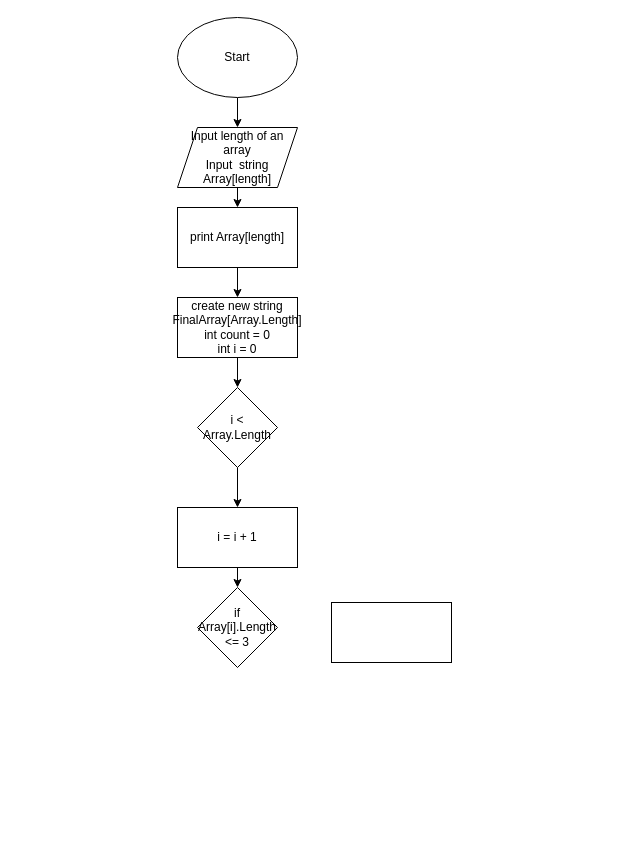
Above: diagram.drawio in JuliaTsapikova/final_project (draw.io), before the change. Source tidied: cells renumbered, new cells numbered last; positions are measured from the earlier drawing's top-left corner, leaving out a move shared by most shapes. Both pictures are drawn from the tidied source at 100%, with x=0, y=0 at pixel (177, 17).
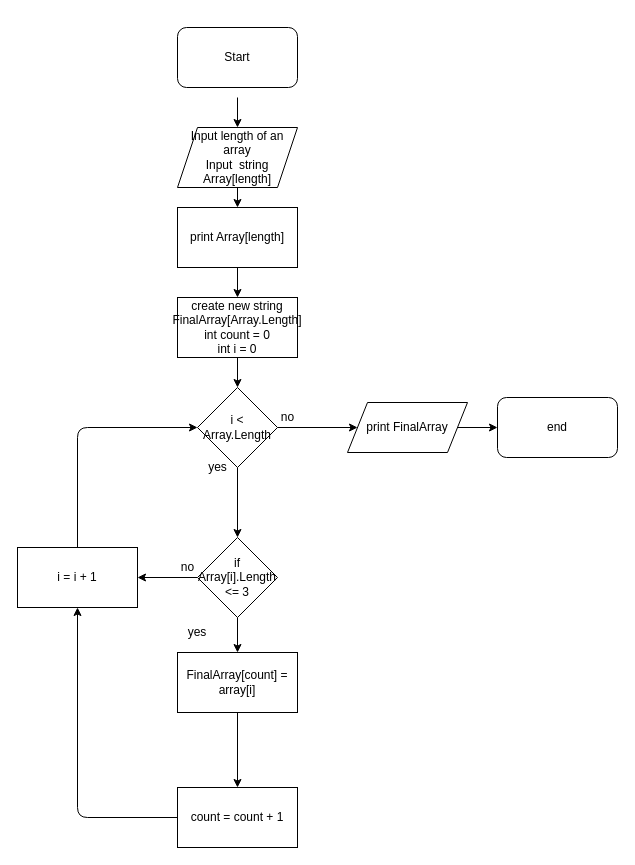
The same page after the edit.

The change refers to these unchanged cells:
```xml
<mxCell id="5" value="Input length of an array&lt;br&gt;Input&amp;nbsp; string Array[length]" style="shape=parallelogram;perimeter=parallelogramPerimeter;whiteSpace=wrap;html=1;fixedSize=1;" parent="1" vertex="1">
  <mxGeometry y="110" width="120" height="60" as="geometry" />
</mxCell>
<mxCell id="11" value="i &amp;lt; Array.Length" style="rhombus;whiteSpace=wrap;html=1;" parent="1" vertex="1">
  <mxGeometry x="20" y="370" width="80" height="80" as="geometry" />
</mxCell>
```

Diff of the diagram source:
```diff
@@
-    <mxCell id="2" style="edgeStyle=none;html=1;entryX=0.5;entryY=0;entryDx=0;entryDy=0;" parent="1" edge="1" source="3" target="5">
-      <mxGeometry relative="1" as="geometry" />
+    <mxCell id="2" style="edgeStyle=none;html=1;entryX=0.5;entryY=0;entryDx=0;entryDy=0;" parent="1" edge="1" target="5">
+      <mxGeometry relative="1" as="geometry">
+        <mxPoint x="60" y="80" as="sourcePoint" />
+      </mxGeometry>
     </mxCell>
-    <mxCell id="3" value="Start" style="ellipse;whiteSpace=wrap;html=1;" parent="1" vertex="1">
-      <mxGeometry width="120" height="80" as="geometry" />
-    </mxCell>
@@
-    <mxCell id="10" style="edgeStyle=none;html=1;" parent="1" edge="1" source="11" target="13">
+    <mxCell id="10" style="edgeStyle=none;html=1;entryX=0.5;entryY=0;entryDx=0;entryDy=0;" parent="1" edge="1" source="11" target="14">
       <mxGeometry relative="1" as="geometry" />
     </mxCell>
+    <mxCell id="16" style="edgeStyle=none;html=1;" parent="1" edge="1" source="11" target="24">
+      <mxGeometry relative="1" as="geometry" />
+    </mxCell>
@@
-    <mxCell id="12" style="edgeStyle=none;html=1;" parent="1" edge="1" source="13" target="14">
-      <mxGeometry relative="1" as="geometry" />
-    </mxCell>
+    <mxCell id="17" style="edgeStyle=none;html=1;" parent="1" edge="1" source="14" target="15">
+      <mxGeometry relative="1" as="geometry" />
+    </mxCell>
+    <mxCell id="18" style="edgeStyle=none;html=1;" parent="1" edge="1" source="14" target="13">
+      <mxGeometry relative="1" as="geometry" />
+    </mxCell>
+    <mxCell id="14" value="if Array[i].Length &amp;lt;= 3" style="rhombus;whiteSpace=wrap;html=1;" parent="1" vertex="1">
+      <mxGeometry x="20" y="520" width="80" height="80" as="geometry" />
+    </mxCell>
+    <mxCell id="19" style="edgeStyle=none;html=1;" parent="1" edge="1" source="15" target="21">
+      <mxGeometry relative="1" as="geometry" />
+    </mxCell>
+    <mxCell id="15" value="FinalArray[count] = array[i]" style="rounded=0;whiteSpace=wrap;html=1;" parent="1" vertex="1">
+      <mxGeometry y="635" width="120" height="60" as="geometry" />
+    </mxCell>
+    <mxCell id="20" style="edgeStyle=none;html=1;entryX=0.5;entryY=1;entryDx=0;entryDy=0;" parent="1" edge="1" source="21" target="13">
+      <mxGeometry relative="1" as="geometry">
+        <Array as="points">
+          <mxPoint x="-100" y="800" />
+        </Array>
+      </mxGeometry>
+    </mxCell>
+    <mxCell id="21" value="count = count + 1" style="rounded=0;whiteSpace=wrap;html=1;" parent="1" vertex="1">
+      <mxGeometry y="770" width="120" height="60" as="geometry" />
+    </mxCell>
+    <mxCell id="22" value="yes" style="text;html=1;strokeColor=none;fillColor=none;align=center;verticalAlign=middle;whiteSpace=wrap;rounded=0;" parent="1" vertex="1">
+      <mxGeometry x="-10" y="600" width="60" height="30" as="geometry" />
+    </mxCell>
+    <mxCell id="23" style="edgeStyle=none;html=1;" parent="1" edge="1" source="24" target="25">
+      <mxGeometry relative="1" as="geometry" />
+    </mxCell>
+    <mxCell id="24" value="print FinalArray" style="shape=parallelogram;perimeter=parallelogramPerimeter;whiteSpace=wrap;html=1;fixedSize=1;" parent="1" vertex="1">
+      <mxGeometry x="170" y="385" width="120" height="50" as="geometry" />
+    </mxCell>
+    <mxCell id="25" value="end" style="rounded=1;whiteSpace=wrap;html=1;" parent="1" vertex="1">
+      <mxGeometry x="320" y="380" width="120" height="60" as="geometry" />
+    </mxCell>
+    <mxCell id="3" value="Start" style="rounded=1;whiteSpace=wrap;html=1;" parent="1" vertex="1">
+      <mxGeometry y="10" width="120" height="60" as="geometry" />
+    </mxCell>
+    <mxCell id="26" value="yes" style="text;html=1;align=center;verticalAlign=middle;strokeColor=none;fillColor=none;" parent="1" vertex="1">
+      <mxGeometry x="20" y="435" width="40" height="30" as="geometry" />
+    </mxCell>
+    <mxCell id="27" value="no" style="text;html=1;align=center;verticalAlign=middle;strokeColor=none;fillColor=none;" parent="1" vertex="1">
+      <mxGeometry x="90" y="385" width="40" height="30" as="geometry" />
+    </mxCell>
+    <mxCell id="28" style="edgeStyle=none;html=1;entryX=0;entryY=0.5;entryDx=0;entryDy=0;" parent="1" edge="1" source="13" target="11">
+      <mxGeometry relative="1" as="geometry">
+        <Array as="points">
+          <mxPoint x="-100" y="410" />
+        </Array>
+      </mxGeometry>
+    </mxCell>
-    <mxCell id="13" value="i = i + 1" style="whiteSpace=wrap;html=1;" parent="1" vertex="1">
-      <mxGeometry y="490" width="120" height="60" as="geometry" />
+    <mxCell id="13" value="i = i + 1" style="rounded=0;whiteSpace=wrap;html=1;" parent="1" vertex="1">
+      <mxGeometry x="-160" y="530" width="120" height="60" as="geometry" />
     </mxCell>
-    <mxCell id="14" value="if Array[i].Length &amp;lt;= 3" style="rhombus;whiteSpace=wrap;html=1;" parent="1" vertex="1">
-      <mxGeometry x="20" y="570" width="80" height="80" as="geometry" />
-    </mxCell>
-    <mxCell id="15" style="rounded=0;whiteSpace=wrap;html=1;" parent="1" vertex="1">
-      <mxGeometry x="154" y="585" width="120" height="60" as="geometry" />
-    </mxCell>
+    <mxCell id="29" value="no" style="text;html=1;align=center;verticalAlign=middle;strokeColor=none;fillColor=none;" parent="1" vertex="1">
+      <mxGeometry x="-10" y="535" width="40" height="30" as="geometry" />
+    </mxCell>
```
